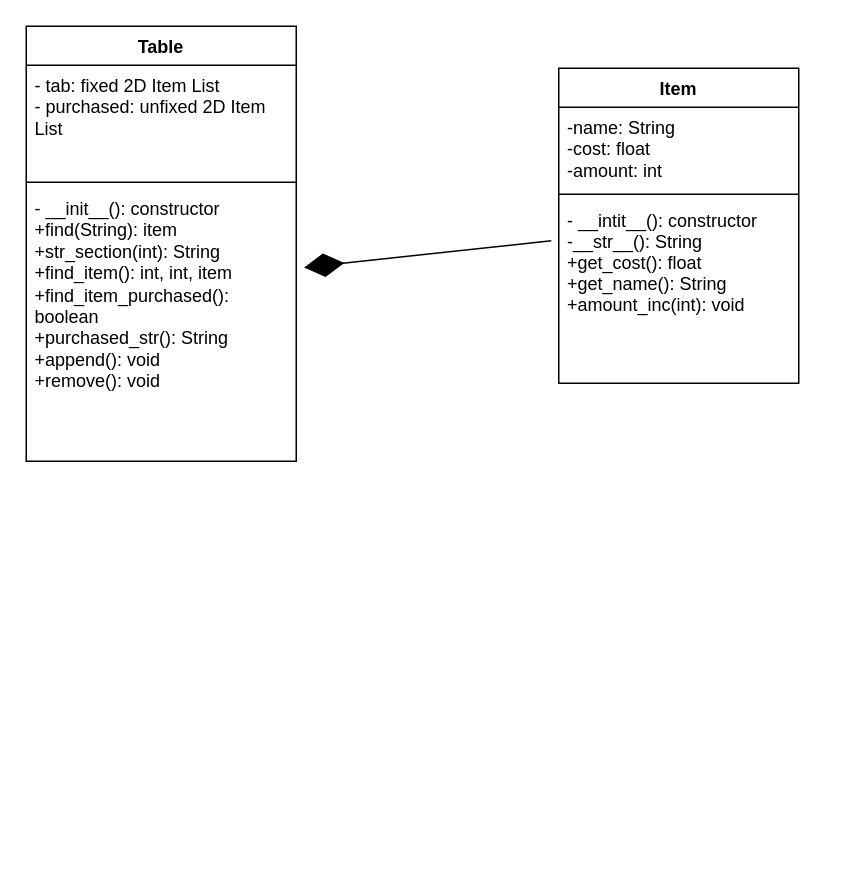
The draw.io diagram Python/Projects/Prj1/Grocery_Store.drawio in Serpent1776/code, before the edit. Source tidied: cells renumbered, new cells numbered last; positions are measured from the earlier drawing's top-left corner, leaving out a move shared by most shapes. Both pictures are drawn from the tidied source at 150%, with x=0, y=0 at pixel (26, 26).
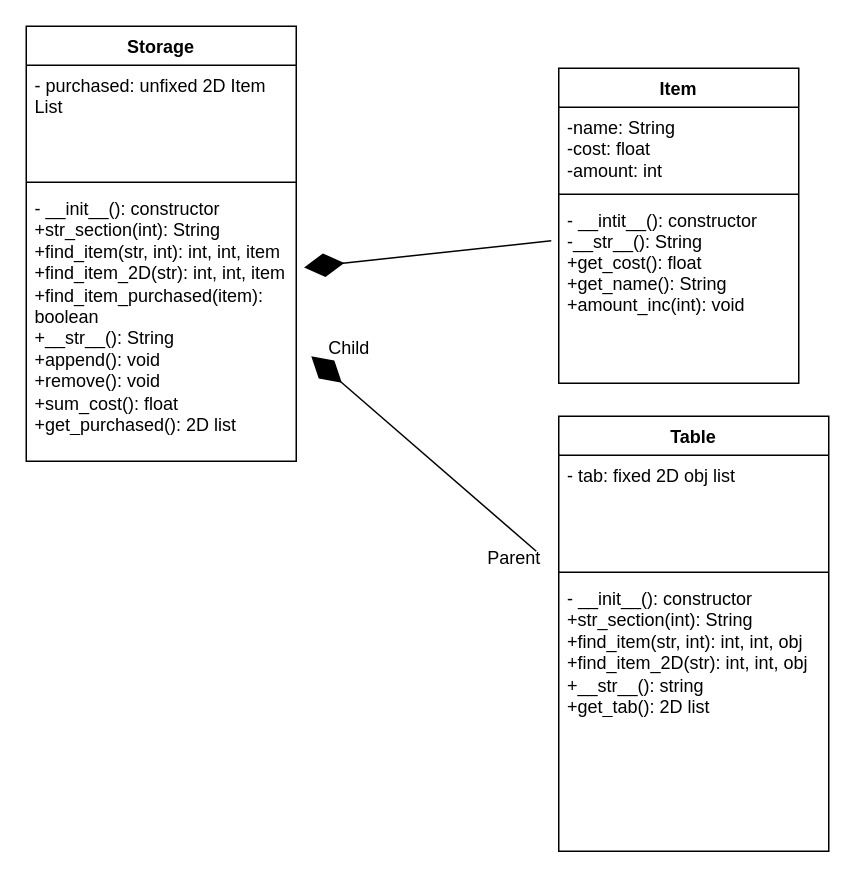
The same diagram, later.

Commit message:
draw.io changed to correspond with the code

Diff of the diagram source:
```diff
@@
 <mxGraphModel>
   <root>
     <mxCell id="0" />
     <mxCell id="1" parent="0" />
-    <mxCell id="2" value="Table" style="swimlane;fontStyle=1;align=center;verticalAlign=top;horizontal=1;startSize=26;" parent="1" vertex="1">
+    <mxCell id="2" value="Storage&#10;" style="swimlane;fontStyle=1;align=center;verticalAlign=top;horizontal=1;startSize=26;" parent="1" vertex="1">
       <mxGeometry width="180" height="290" as="geometry" />
     </mxCell>
-    <mxCell id="3" value="- tab: fixed 2D Item List&#10;- purchased: unfixed 2D Item List" style="text;strokeColor=none;fillColor=none;align=left;verticalAlign=top;spacingLeft=4;spacingRight=4;overflow=hidden;whiteSpace=wrap;" parent="2" vertex="1">
+    <mxCell id="3" value="- purchased: unfixed 2D Item List" style="text;strokeColor=none;fillColor=none;align=left;verticalAlign=top;spacingLeft=4;spacingRight=4;overflow=hidden;whiteSpace=wrap;" parent="2" vertex="1">
       <mxGeometry y="26" width="180" height="74" as="geometry" />
     </mxCell>
     <mxCell id="4" style="line;strokeWidth=1;fillColor=none;align=left;verticalAlign=middle;spacingTop=-1;spacingLeft=3;spacingRight=3;labelPosition=right;strokeColor=inherit;" parent="2" vertex="1">
       <mxGeometry y="100" width="180" height="8" as="geometry" />
     </mxCell>
-    <mxCell id="5" value="- __init__(): constructor&#10;+find(String): item&#10;+str_section(int): String&#10;+find_item(): int, int, item &#10;+find_item_purchased(): boolean&#10;+purchased_str(): String&#10;+append(): void&#10;+remove(): void" style="text;strokeColor=none;fillColor=none;align=left;verticalAlign=top;spacingLeft=4;spacingRight=4;overflow=hidden;points=[[0,0.5],[1,0.5]];portConstraint=eastwest;whiteSpace=wrap;" parent="2" vertex="1">
+    <mxCell id="5" value="- __init__(): constructor&#10;+str_section(int): String&#10;+find_item(str, int): int, int, item &#10;+find_item_2D(str): int, int, item&#10;+find_item_purchased(item): boolean&#10;+__str__(): String&#10;+append(): void&#10;+remove(): void&#10;+sum_cost(): float&#10;+get_purchased(): 2D list" style="text;strokeColor=none;fillColor=none;align=left;verticalAlign=top;spacingLeft=4;spacingRight=4;overflow=hidden;points=[[0,0.5],[1,0.5]];portConstraint=eastwest;whiteSpace=wrap;" parent="2" vertex="1">
       <mxGeometry y="108" width="180" height="182" as="geometry" />
     </mxCell>
     <mxCell id="6" value="Item" style="swimlane;fontStyle=1;align=center;verticalAlign=top;horizontal=1;startSize=26;whiteSpace=wrap;" parent="1" vertex="1">
       <mxGeometry x="355" y="28" width="160" height="210" as="geometry" />
     </mxCell>
     <mxCell id="7" value="-name: String&#10;-cost: float&#10;-amount: int" style="text;strokeColor=none;fillColor=none;align=left;verticalAlign=top;spacingLeft=4;spacingRight=4;overflow=hidden;whiteSpace=wrap;" parent="6" vertex="1">
       <mxGeometry y="26" width="160" height="54" as="geometry" />
     </mxCell>
     <mxCell id="8" style="line;strokeWidth=1;fillColor=none;align=left;verticalAlign=middle;spacingTop=-1;spacingLeft=3;spacingRight=3;labelPosition=right;strokeColor=inherit;" parent="6" vertex="1">
       <mxGeometry y="80" width="160" height="8" as="geometry" />
     </mxCell>
     <mxCell id="9" value="- __intit__(): constructor&#10;-__str__(): String&#10;+get_cost(): float&#10;+get_name(): String&#10;+amount_inc(int): void" style="text;strokeColor=none;fillColor=none;align=left;verticalAlign=top;spacingLeft=4;spacingRight=4;overflow=hidden;" parent="6" vertex="1">
       <mxGeometry y="88" width="160" height="122" as="geometry" />
     </mxCell>
     <mxCell id="10" style="endArrow=diamondThin;endFill=1;endSize=24;html=1;entryX=1.029;entryY=0.29;entryDx=0;entryDy=0;entryPerimeter=0;" parent="1" edge="1" target="5">
       <mxGeometry relative="1" as="geometry">
         <mxPoint x="350" y="143" as="sourcePoint" />
       </mxGeometry>
     </mxCell>
+    <mxCell id="11" value="Table" style="swimlane;fontStyle=1;align=center;verticalAlign=top;horizontal=1;startSize=26;" parent="1" vertex="1">
+      <mxGeometry x="355" y="260" width="180" height="290" as="geometry" />
+    </mxCell>
+    <mxCell id="12" value="- tab: fixed 2D obj list&#10;" style="text;strokeColor=none;fillColor=none;align=left;verticalAlign=top;spacingLeft=4;spacingRight=4;overflow=hidden;whiteSpace=wrap;" parent="11" vertex="1">
+      <mxGeometry y="26" width="180" height="74" as="geometry" />
+    </mxCell>
+    <mxCell id="13" style="line;strokeWidth=1;fillColor=none;align=left;verticalAlign=middle;spacingTop=-1;spacingLeft=3;spacingRight=3;labelPosition=right;strokeColor=inherit;" parent="11" vertex="1">
+      <mxGeometry y="100" width="180" height="8" as="geometry" />
+    </mxCell>
+    <mxCell id="14" value="- __init__(): constructor&#10;+str_section(int): String&#10;+find_item(str, int): int, int, obj &#10;+find_item_2D(str): int, int, obj&#10;+__str__(): string&#10;+get_tab(): 2D list" style="text;strokeColor=none;fillColor=none;align=left;verticalAlign=top;spacingLeft=4;spacingRight=4;overflow=hidden;whiteSpace=wrap;" parent="11" vertex="1">
+      <mxGeometry y="108" width="180" height="182" as="geometry" />
+    </mxCell>
+    <mxCell id="15" style="endArrow=diamondThin;endFill=1;endSize=24;html=1;" parent="1" edge="1">
+      <mxGeometry relative="1" as="geometry">
+        <mxPoint x="340" y="350" as="sourcePoint" />
+        <mxPoint x="190" y="220" as="targetPoint" />
+      </mxGeometry>
+    </mxCell>
+    <mxCell id="16" value="Parent" style="text;html=1;align=center;verticalAlign=middle;strokeColor=none;fillColor=none;" parent="1" vertex="1">
+      <mxGeometry x="295" y="340" width="60" height="30" as="geometry" />
+    </mxCell>
+    <mxCell id="17" value="Child" style="text;html=1;align=center;verticalAlign=middle;strokeColor=none;fillColor=none;" parent="1" vertex="1">
+      <mxGeometry x="190" y="200" width="50" height="30" as="geometry" />
+    </mxCell>
   </root>
 </mxGraphModel>
```
